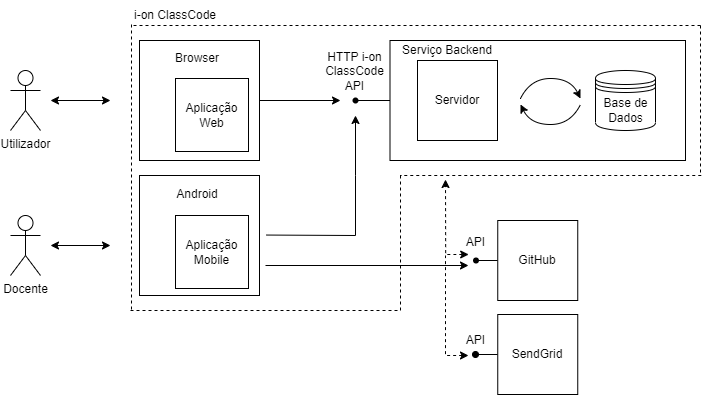
Earlier version of the draw.io export docs/img/project-flow.png (i-on-project/repohouse). Source tidied: cells renumbered, new cells last; positions are measured from the earlier drawing's top-left corner, leaving out a move shared by most shapes.
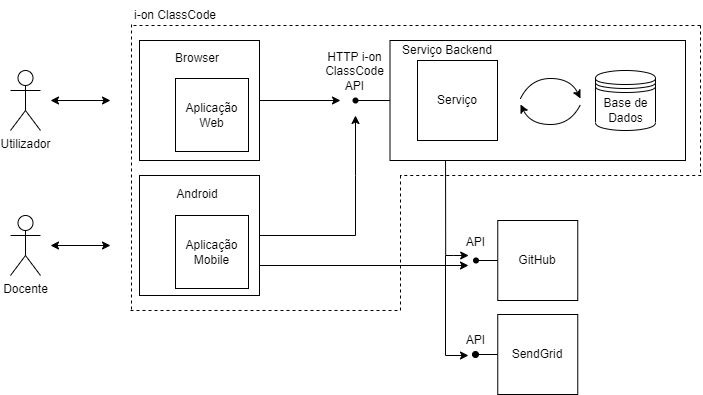
Later version of the same file.

What changed in the source:
```diff
@@ -31,7 +31,7 @@
     <mxCell id="9" value="HTTP i-on ClassCode&lt;br&gt;API" style="text;html=1;strokeColor=none;fillColor=none;align=center;verticalAlign=middle;whiteSpace=wrap;rounded=0;" parent="1" vertex="1">
       <mxGeometry x="306.5" y="56" width="75" height="30" as="geometry" />
     </mxCell>
-    <mxCell id="10" value="Servidor" style="whiteSpace=wrap;html=1;" parent="1" vertex="1">
+    <mxCell id="10" value="Serviço" style="whiteSpace=wrap;html=1;" parent="1" vertex="1">
       <mxGeometry x="407" y="60" width="80" height="80" as="geometry" />
     </mxCell>
     <mxCell id="11" style="endArrow=classic;startArrow=none;html=1;rounded=0;startFill=0;exitX=1;exitY=0.5;exitDx=0;exitDy=0;" parent="1" edge="1" source="4">
@@ -62,13 +62,13 @@
     <mxCell id="14" style="shape=datastore;whiteSpace=wrap;html=1;" parent="1" vertex="1">
       <mxGeometry x="585" y="70" width="60" height="60" as="geometry" />
     </mxCell>
-    <mxCell id="15" style="endArrow=classic;startArrow=classic;html=1;rounded=0;dashed=1;" parent="1" edge="1">
+    <mxCell id="15" style="endArrow=none;startArrow=classic;html=1;rounded=0;startFill=1;endFill=0;entryX=0.188;entryY=0.995;entryDx=0;entryDy=0;entryPerimeter=0;" parent="1" edge="1">
       <mxGeometry relative="1" as="geometry">
-        <mxPoint x="458.2" y="254" as="sourcePoint" />
-        <mxPoint x="435" y="179" as="targetPoint" />
+        <mxPoint x="458.2" y="255" as="sourcePoint" />
+        <mxPoint x="435.1" y="160.4" as="targetPoint" />
         <Array as="points">
-          <mxPoint x="443.2" y="254" />
-          <mxPoint x="435.2" y="254" />
+          <mxPoint x="443.2" y="255" />
+          <mxPoint x="435.2" y="255" />
         </Array>
       </mxGeometry>
     </mxCell>
@@ -104,9 +104,8 @@
     <mxCell id="23" style="whiteSpace=wrap;html=1;" parent="1" vertex="1">
       <mxGeometry x="129" y="175" width="120" height="120" as="geometry" />
     </mxCell>
-    <mxCell id="24" style="endArrow=classic;startArrow=none;html=1;rounded=0;startFill=0;" parent="1" edge="1">
+    <mxCell id="24" style="endArrow=classic;startArrow=none;html=1;rounded=0;startFill=0;exitX=1;exitY=0.5;exitDx=0;exitDy=0;" parent="1" edge="1" source="23">
       <mxGeometry relative="1" as="geometry">
-        <mxPoint x="256" y="234.6" as="sourcePoint" />
         <mxPoint x="345" y="115" as="targetPoint" />
         <Array as="points">
           <mxPoint x="345" y="235" />
@@ -161,7 +160,7 @@
     <mxCell id="33" value="SendGrid" style="whiteSpace=wrap;html=1;" parent="1" vertex="1">
       <mxGeometry x="487.2" y="314" width="80" height="80" as="geometry" />
     </mxCell>
-    <mxCell id="34" style="endArrow=none;startArrow=classic;html=1;rounded=0;dashed=1;startFill=1;endFill=0;" parent="1" edge="1">
+    <mxCell id="34" style="endArrow=none;startArrow=classic;html=1;rounded=0;startFill=1;endFill=0;" parent="1" edge="1">
       <mxGeometry relative="1" as="geometry">
         <mxPoint x="458" y="355" as="sourcePoint" />
         <mxPoint x="435" y="255" as="targetPoint" />
@@ -170,9 +169,8 @@
         </Array>
       </mxGeometry>
     </mxCell>
-    <mxCell id="35" style="endArrow=classic;html=1;rounded=0;" parent="1" edge="1">
+    <mxCell id="35" style="endArrow=classic;html=1;rounded=0;exitX=1;exitY=0.75;exitDx=0;exitDy=0;" parent="1" edge="1" source="23">
       <mxGeometry relative="1" as="geometry">
-        <mxPoint x="255" y="265" as="sourcePoint" />
         <mxPoint x="458" y="265" as="targetPoint" />
       </mxGeometry>
     </mxCell>
```
